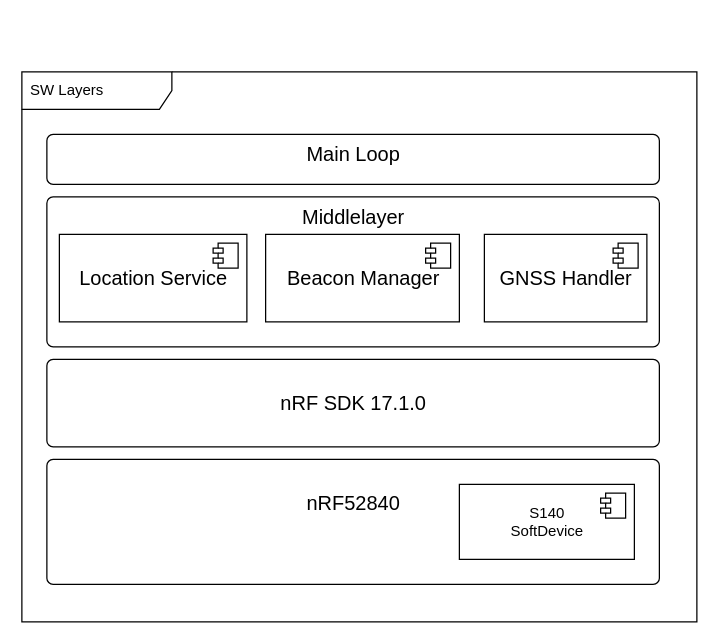
Earlier version of the draw.io diagram doc/layers.drawio (chrisegerer/gnss_beacon). Source tidied: cells renumbered, new cells numbered last; positions are measured from the earlier drawing's top-left corner, leaving out a move shared by most shapes. Both pictures are drawn from the tidied source at 125%, with x=0, y=0 at pixel (21, 71).
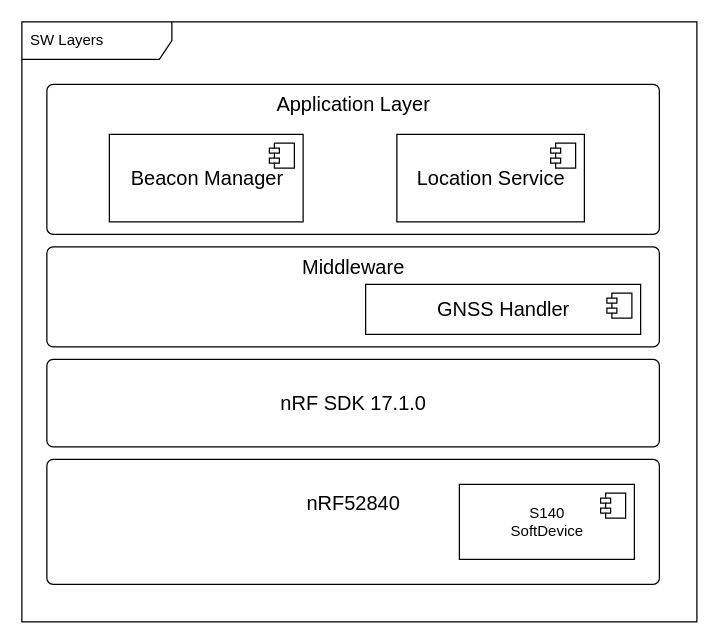
Above is the later version.

Commit message (it also covers changes not shown here):
Updated SW layers diagram

The edit, as a diff of the source:
```diff
@@
 <mxGraphModel>
   <root>
     <mxCell id="0" />
     <mxCell id="1" parent="0" />
     <mxCell id="2" value="SW Layers" style="shape=umlFrame;whiteSpace=wrap;html=1;width=120;height=30;boundedLbl=1;verticalAlign=middle;align=left;spacingLeft=5;" parent="1" vertex="1">
-      <mxGeometry width="540" height="440" as="geometry" />
+      <mxGeometry y="-40" width="540" height="480" as="geometry" />
     </mxCell>
+    <mxCell id="14" value="Application Layer" style="html=1;align=center;verticalAlign=top;rounded=1;absoluteArcSize=1;arcSize=10;dashed=0;fontSize=16;" parent="1" vertex="1">
+      <mxGeometry x="20" y="10" width="490" height="120" as="geometry" />
+    </mxCell>
     <mxCell id="3" value="&lt;font style=&quot;font-size: 16px&quot;&gt;&lt;br&gt;nRF52840&lt;/font&gt;" style="html=1;align=center;verticalAlign=top;rounded=1;absoluteArcSize=1;arcSize=10;dashed=0;" parent="1" vertex="1">
       <mxGeometry x="20" y="310" width="490" height="100" as="geometry" />
     </mxCell>
     <mxCell id="4" value="S140&lt;br&gt;SoftDevice" style="html=1;" parent="1" vertex="1">
       <mxGeometry x="350" y="330" width="140" height="60" as="geometry" />
     </mxCell>
     <mxCell id="5" style="shape=module;jettyWidth=8;jettyHeight=4;" parent="4" vertex="1">
       <mxGeometry x="1" width="20" height="20" relative="1" as="geometry">
         <mxPoint x="-27" y="7" as="offset" />
       </mxGeometry>
     </mxCell>
     <mxCell id="6" value="&lt;font style=&quot;font-size: 16px&quot;&gt;&lt;br&gt;nRF SDK 17.1.0&lt;/font&gt;" style="html=1;align=center;verticalAlign=top;rounded=1;absoluteArcSize=1;arcSize=10;dashed=0;" parent="1" vertex="1">
       <mxGeometry x="20" y="230" width="490" height="70" as="geometry" />
     </mxCell>
-    <mxCell id="7" value="Middlelayer" style="html=1;align=center;verticalAlign=top;rounded=1;absoluteArcSize=1;arcSize=10;dashed=0;fontSize=16;" parent="1" vertex="1">
-      <mxGeometry x="20" y="100" width="490" height="120" as="geometry" />
+    <mxCell id="7" value="Middleware" style="html=1;align=center;verticalAlign=top;rounded=1;absoluteArcSize=1;arcSize=10;dashed=0;fontSize=16;" parent="1" vertex="1">
+      <mxGeometry x="20" y="140" width="490" height="80" as="geometry" />
     </mxCell>
     <mxCell id="8" value="Location Service" style="html=1;fontSize=16;" parent="1" vertex="1">
-      <mxGeometry x="30" y="130" width="150" height="70" as="geometry" />
+      <mxGeometry x="300" y="50" width="150" height="70" as="geometry" />
     </mxCell>
     <mxCell id="9" style="shape=module;jettyWidth=8;jettyHeight=4;fontSize=16;" parent="8" vertex="1">
       <mxGeometry x="1" width="20" height="20" relative="1" as="geometry">
         <mxPoint x="-27" y="7" as="offset" />
       </mxGeometry>
     </mxCell>
     <mxCell id="10" value="Beacon Manager" style="html=1;fontSize=16;" parent="1" vertex="1">
-      <mxGeometry x="195" y="130" width="155" height="70" as="geometry" />
+      <mxGeometry x="70" y="50" width="155" height="70" as="geometry" />
     </mxCell>
     <mxCell id="11" style="shape=module;jettyWidth=8;jettyHeight=4;fontSize=16;" parent="10" vertex="1">
       <mxGeometry x="1" width="20" height="20" relative="1" as="geometry">
         <mxPoint x="-27" y="7" as="offset" />
       </mxGeometry>
     </mxCell>
     <mxCell id="12" value="GNSS Handler" style="html=1;fontSize=16;" parent="1" vertex="1">
-      <mxGeometry x="370" y="130" width="130" height="70" as="geometry" />
+      <mxGeometry x="275" y="170" width="220" height="40" as="geometry" />
     </mxCell>
     <mxCell id="13" style="shape=module;jettyWidth=8;jettyHeight=4;fontSize=16;" parent="12" vertex="1">
       <mxGeometry x="1" width="20" height="20" relative="1" as="geometry">
         <mxPoint x="-27" y="7" as="offset" />
       </mxGeometry>
     </mxCell>
-    <mxCell id="14" value="Main Loop" style="html=1;align=center;verticalAlign=top;rounded=1;absoluteArcSize=1;arcSize=10;dashed=0;fontSize=16;" parent="1" vertex="1">
-      <mxGeometry x="20" y="50" width="490" height="40" as="geometry" />
-    </mxCell>
   </root>
 </mxGraphModel>
```
